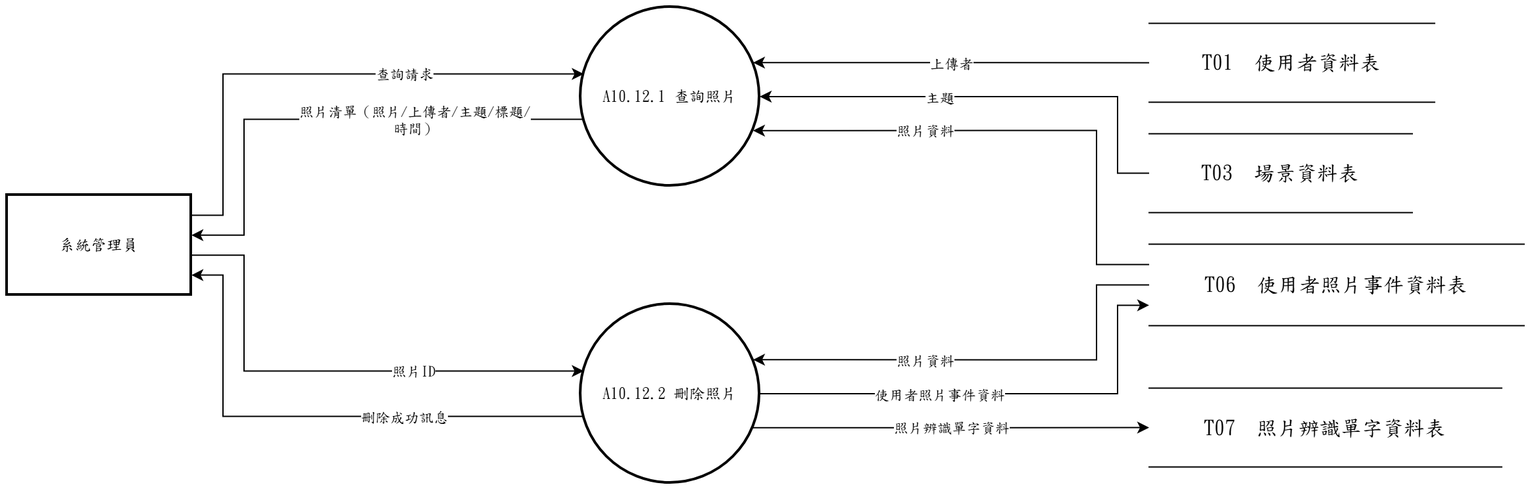
Earlier version of the draw.io export 系統文件/第6章/DFD圖/圖10/新/圖10.12.drawio.png (s22452007/115502). Source tidied: cells renumbered, new cells last; positions are measured from the earlier drawing's top-left corner, leaving out a move shared by most shapes.
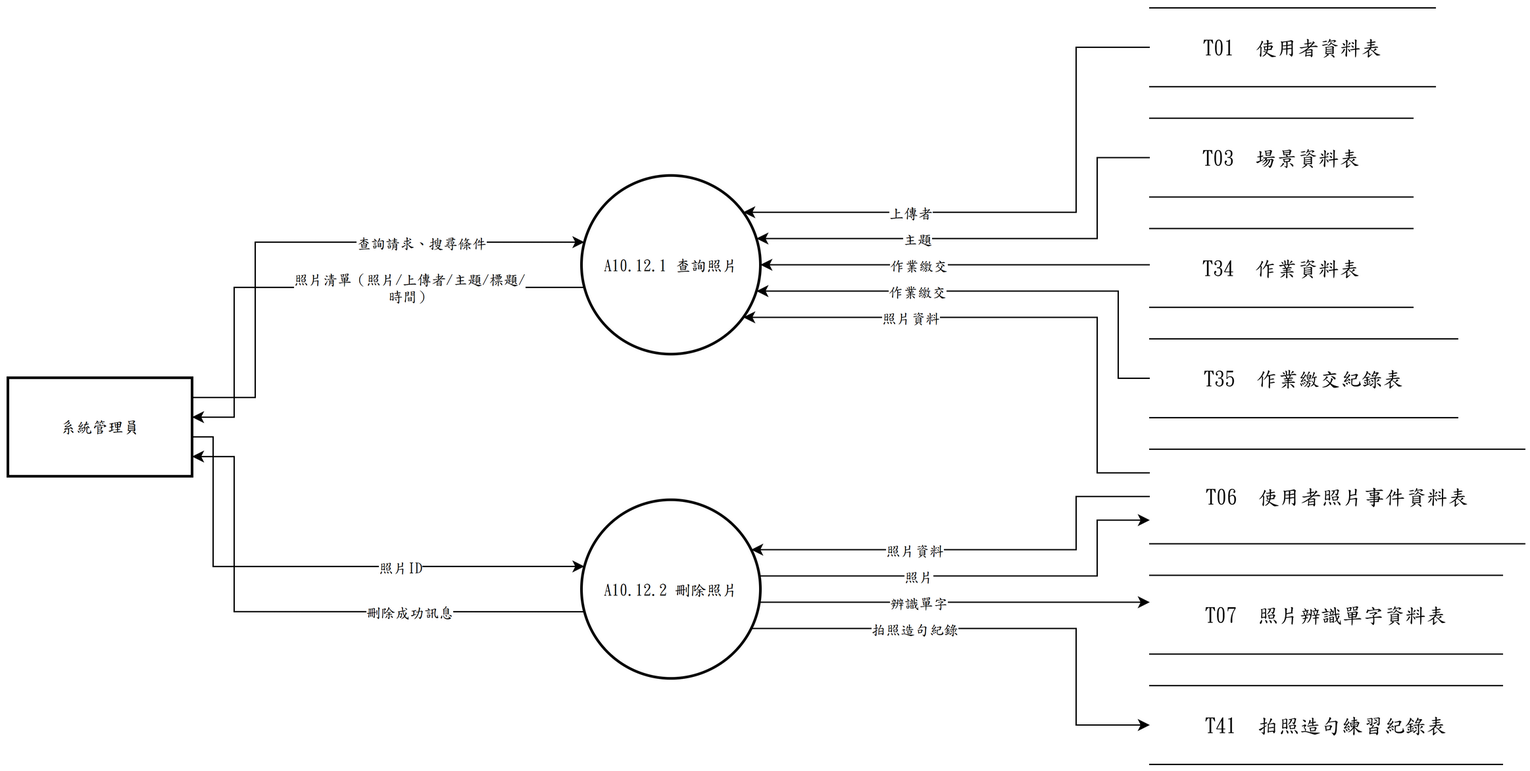
Later version of the same file.

Change to the diagram source:
```diff
@@ -3,125 +3,167 @@
     <mxCell id="0" />
     <mxCell id="1" parent="0" />
     <mxCell id="2" value="A10.12.1 查詢照片" style="ellipse;strokeWidth=2;whiteSpace=wrap;html=1;fontFamily=標楷體;" parent="1" vertex="1">
-      <mxGeometry x="436" width="136" height="136" as="geometry" />
+      <mxGeometry x="436" y="111.6" width="136" height="136" as="geometry" />
     </mxCell>
     <mxCell id="3" value="A10.12.2 刪除照片" style="ellipse;strokeWidth=2;whiteSpace=wrap;html=1;fontFamily=標楷體;" parent="1" vertex="1">
-      <mxGeometry x="436" y="226" width="136" height="136" as="geometry" />
+      <mxGeometry x="436" y="358.5" width="136" height="136" as="geometry" />
     </mxCell>
-    <mxCell id="4" value="系統管理員" style="whiteSpace=wrap;strokeWidth=2;html=1;fontFamily=標楷體;" parent="1" vertex="1">
-      <mxGeometry y="143" width="140" height="76" as="geometry" />
-    </mxCell>
     <mxCell id="5" value="T01  使用者資料表" style="shape=partialRectangle;whiteSpace=wrap;html=1;left=0;right=0;fontFamily=標楷體;fontSize=16;" parent="1" vertex="1">
-      <mxGeometry x="868" y="12.2" width="217" height="60" as="geometry" />
+      <mxGeometry x="868" y="-16" width="217" height="60" as="geometry" />
     </mxCell>
     <mxCell id="6" value="T03  場景資料表" style="shape=partialRectangle;whiteSpace=wrap;html=1;left=0;right=0;fontFamily=標楷體;fontSize=16;" parent="1" vertex="1">
-      <mxGeometry x="868" y="96.2" width="200" height="60" as="geometry" />
+      <mxGeometry x="868" y="68" width="200" height="60" as="geometry" />
     </mxCell>
+    <mxCell id="29" value="T34  作業資料表" style="shape=partialRectangle;whiteSpace=wrap;html=1;left=0;right=0;fontFamily=標楷體;fontSize=16;" parent="1" vertex="1">
+      <mxGeometry x="868" y="152" width="200" height="60" as="geometry" />
+    </mxCell>
+    <mxCell id="30" value="T35  作業繳交紀錄表" style="shape=partialRectangle;whiteSpace=wrap;html=1;left=0;right=0;fontFamily=標楷體;fontSize=16;" parent="1" vertex="1">
+      <mxGeometry x="868" y="236" width="234" height="60" as="geometry" />
+    </mxCell>
     <mxCell id="7" value="T06  使用者照片事件資料表" style="shape=partialRectangle;whiteSpace=wrap;html=1;left=0;right=0;fontFamily=標楷體;fontSize=16;" parent="1" vertex="1">
-      <mxGeometry x="868" y="180.2" width="285" height="62" as="geometry" />
+      <mxGeometry x="868" y="320" width="285" height="72" as="geometry" />
     </mxCell>
     <mxCell id="8" value="T07  照片辨識單字資料表" style="shape=partialRectangle;whiteSpace=wrap;html=1;left=0;right=0;fontFamily=標楷體;fontSize=16;" parent="1" vertex="1">
-      <mxGeometry x="868" y="289.8" width="268" height="60" as="geometry" />
+      <mxGeometry x="868" y="416" width="268" height="60" as="geometry" />
     </mxCell>
+    <mxCell id="31" value="T41  拍照造句練習紀錄表" style="shape=partialRectangle;whiteSpace=wrap;html=1;left=0;right=0;fontFamily=標楷體;fontSize=16;" parent="1" vertex="1">
+      <mxGeometry x="868" y="500" width="268" height="60" as="geometry" />
+    </mxCell>
+    <mxCell id="4" value="系統管理員" style="whiteSpace=wrap;strokeWidth=2;html=1;fontFamily=標楷體;" parent="1" vertex="1">
+      <mxGeometry y="265.6" width="140" height="75" as="geometry" />
+    </mxCell>
     <mxCell id="9" style="edgeStyle=none;rounded=0;html=1;fontFamily=標楷體;endArrow=classic;exitX=1.0000;exitY=0.2000;exitDx=0;exitDy=0;exitPerimeter=0;entryX=0.0163;entryY=0.3733;entryDx=0;entryDy=0;entryPerimeter=0;" parent="1" edge="1" source="4" target="2">
       <mxGeometry relative="1" as="geometry">
         <Array as="points">
-          <mxPoint x="164" y="158.2" />
-          <mxPoint x="164" y="50.8" />
+          <mxPoint x="188" y="280.6" />
+          <mxPoint x="188" y="162.4" />
         </Array>
       </mxGeometry>
     </mxCell>
-    <mxCell id="10" value="查詢請求" style="edgeLabel;html=1;align=center;verticalAlign=middle;fontFamily=標楷體;" parent="9" vertex="1">
-      <mxGeometry x="0.32" relative="1" as="geometry" />
-    </mxCell>
+    <mxCell id="32" value="查詢請求、搜尋條件" style="edgeLabel;html=1;align=center;verticalAlign=middle;fontFamily=標楷體;" parent="9" vertex="1">
+      <mxGeometry x="0.4" relative="1" as="geometry" />
+    </mxCell>
+    <mxCell id="17" style="edgeStyle=none;rounded=0;html=1;fontFamily=標楷體;endArrow=classic;exitX=0.0163;exitY=0.6267;exitDx=0;exitDy=0;exitPerimeter=0;entryX=1.0000;entryY=0.4000;entryDx=0;entryDy=0;entryPerimeter=0;" parent="1" edge="1" source="2" target="4">
+      <mxGeometry relative="1" as="geometry">
+        <Array as="points">
+          <mxPoint x="172" y="196.8" />
+          <mxPoint x="172" y="295.6" />
+        </Array>
+      </mxGeometry>
+    </mxCell>
+    <mxCell id="18" value="照片清單（照片/上傳者/主題/標題/&lt;br&gt;時間）" style="edgeLabel;html=1;align=center;verticalAlign=middle;fontFamily=標楷體;" parent="17" vertex="1">
+      <mxGeometry x="-0.33" relative="1" as="geometry" />
+    </mxCell>
+    <mxCell id="19" style="edgeStyle=none;rounded=0;html=1;fontFamily=標楷體;endArrow=classic;exitX=1.0000;exitY=0.6000;exitDx=0;exitDy=0;exitPerimeter=0;entryX=0.0163;entryY=0.3733;entryDx=0;entryDy=0;entryPerimeter=0;" parent="1" edge="1" source="4" target="3">
+      <mxGeometry relative="1" as="geometry">
+        <Array as="points">
+          <mxPoint x="156" y="310.6" />
+          <mxPoint x="156" y="409.3" />
+        </Array>
+      </mxGeometry>
+    </mxCell>
+    <mxCell id="20" value="照片ID" style="edgeLabel;html=1;align=center;verticalAlign=middle;fontFamily=標楷體;" parent="19" vertex="1">
+      <mxGeometry x="0.29" relative="1" as="geometry" />
+    </mxCell>
+    <mxCell id="23" style="edgeStyle=none;rounded=0;html=1;fontFamily=標楷體;endArrow=classic;exitX=0.0163;exitY=0.6267;exitDx=0;exitDy=0;exitPerimeter=0;entryX=1.0000;entryY=0.8000;entryDx=0;entryDy=0;entryPerimeter=0;" parent="1" edge="1" source="3" target="4">
+      <mxGeometry relative="1" as="geometry">
+        <Array as="points">
+          <mxPoint x="172" y="443.7" />
+          <mxPoint x="172" y="325.6" />
+        </Array>
+      </mxGeometry>
+    </mxCell>
+    <mxCell id="24" value="刪除成功訊息" style="edgeLabel;html=1;align=center;verticalAlign=middle;fontFamily=標楷體;" parent="23" vertex="1">
+      <mxGeometry x="-0.36" relative="1" as="geometry" />
+    </mxCell>
-    <mxCell id="11" style="edgeStyle=none;rounded=0;html=1;fontFamily=標楷體;endArrow=classic;exitX=0.0000;exitY=0.5000;exitDx=0;exitDy=0;exitPerimeter=0;entryX=0.9625;entryY=0.3100;entryDx=0;entryDy=0;entryPerimeter=0;" parent="1" edge="1" source="5" target="2">
-      <mxGeometry relative="1" as="geometry" />
+    <mxCell id="11" style="edgeStyle=none;rounded=0;html=1;fontFamily=標楷體;endArrow=classic;exitX=0.0000;exitY=0.5000;exitDx=0;exitDy=0;exitPerimeter=0;entryX=0.9043;entryY=0.2059;entryDx=0;entryDy=0;entryPerimeter=0;" parent="1" edge="1" source="5" target="2">
+      <mxGeometry relative="1" as="geometry">
+        <Array as="points">
+          <mxPoint x="812" y="14" />
+          <mxPoint x="812" y="139.6" />
+        </Array>
+      </mxGeometry>
     </mxCell>
     <mxCell id="12" value="上傳者" style="edgeLabel;html=1;align=center;verticalAlign=middle;fontFamily=標楷體;" parent="11" vertex="1">
-      <mxGeometry relative="1" as="geometry" />
+      <mxGeometry x="0.42" relative="1" as="geometry" />
     </mxCell>
-    <mxCell id="13" style="edgeStyle=none;rounded=0;html=1;fontFamily=標楷體;endArrow=classic;exitX=0.0000;exitY=0.5000;exitDx=0;exitDy=0;exitPerimeter=0;entryX=1.0000;entryY=0.5000;entryDx=0;entryDy=0;entryPerimeter=0;" parent="1" edge="1" source="6" target="2">
+    <mxCell id="13" style="edgeStyle=none;rounded=0;html=1;fontFamily=標楷體;endArrow=classic;exitX=0.0000;exitY=0.5000;exitDx=0;exitDy=0;exitPerimeter=0;entryX=0.9779;entryY=0.3529;entryDx=0;entryDy=0;entryPerimeter=0;" parent="1" edge="1" source="6" target="2">
       <mxGeometry relative="1" as="geometry">
         <Array as="points">
-          <mxPoint x="844" y="126.2" />
-          <mxPoint x="844" y="68" />
+          <mxPoint x="828" y="98" />
+          <mxPoint x="828" y="159.6" />
         </Array>
       </mxGeometry>
     </mxCell>
     <mxCell id="14" value="主題" style="edgeLabel;html=1;align=center;verticalAlign=middle;fontFamily=標楷體;" parent="13" vertex="1">
-      <mxGeometry x="0.23" relative="1" as="geometry" />
+      <mxGeometry x="0.33" relative="1" as="geometry" />
     </mxCell>
+    <mxCell id="33" style="edgeStyle=none;rounded=0;html=1;fontFamily=標楷體;endArrow=classic;exitX=0.0000;exitY=0.4600;exitDx=0;exitDy=0;exitPerimeter=0;entryX=1.0000;entryY=0.5000;entryDx=0;entryDy=0;entryPerimeter=0;" parent="1" edge="1" source="29" target="2">
+      <mxGeometry relative="1" as="geometry" />
+    </mxCell>
+    <mxCell id="34" value="作業繳交" style="edgeLabel;html=1;align=center;verticalAlign=middle;fontFamily=標楷體;" parent="33" vertex="1">
+      <mxGeometry x="0.19" relative="1" as="geometry" />
+    </mxCell>
+    <mxCell id="35" style="edgeStyle=none;rounded=0;html=1;fontFamily=標楷體;endArrow=classic;exitX=0.0000;exitY=0.5000;exitDx=0;exitDy=0;exitPerimeter=0;entryX=0.9779;entryY=0.6471;entryDx=0;entryDy=0;entryPerimeter=0;" parent="1" edge="1" source="30" target="2">
+      <mxGeometry relative="1" as="geometry">
+        <Array as="points">
+          <mxPoint x="844" y="266" />
+          <mxPoint x="844" y="199.6" />
+        </Array>
+      </mxGeometry>
+    </mxCell>
+    <mxCell id="36" value="作業繳交" style="edgeLabel;html=1;align=center;verticalAlign=middle;fontFamily=標楷體;" parent="35" vertex="1">
+      <mxGeometry x="0.34" relative="1" as="geometry" />
+    </mxCell>
-    <mxCell id="15" style="edgeStyle=none;rounded=0;html=1;fontFamily=標楷體;endArrow=classic;exitX=0.0000;exitY=0.2500;exitDx=0;exitDy=0;exitPerimeter=0;entryX=0.9625;entryY=0.6900;entryDx=0;entryDy=0;entryPerimeter=0;" parent="1" edge="1" source="7" target="2">
+    <mxCell id="15" style="edgeStyle=none;rounded=0;html=1;fontFamily=標楷體;endArrow=classic;exitX=0.0000;exitY=0.2500;exitDx=0;exitDy=0;exitPerimeter=0;entryX=0.9043;entryY=0.7941;entryDx=0;entryDy=0;entryPerimeter=0;" parent="1" edge="1" source="7" target="2">
       <mxGeometry relative="1" as="geometry">
         <Array as="points">
-          <mxPoint x="828" y="195.7" />
-          <mxPoint x="828" y="93.8" />
+          <mxPoint x="828" y="338" />
+          <mxPoint x="828" y="219.6" />
         </Array>
       </mxGeometry>
     </mxCell>
-    <mxCell id="16" value="照片資料" style="edgeLabel;html=1;align=center;verticalAlign=middle;fontFamily=標楷體;" parent="15" vertex="1">
-      <mxGeometry x="0.35" relative="1" as="geometry" />
-    </mxCell>
-    <mxCell id="17" style="edgeStyle=none;rounded=0;html=1;fontFamily=標楷體;endArrow=classic;exitX=0.0163;exitY=0.6267;exitDx=0;exitDy=0;exitPerimeter=0;entryX=1.0000;entryY=0.4000;entryDx=0;entryDy=0;entryPerimeter=0;" parent="1" edge="1" source="2" target="4">
-      <mxGeometry relative="1" as="geometry">
-        <Array as="points">
-          <mxPoint x="180" y="85.2" />
-          <mxPoint x="180" y="173.4" />
-        </Array>
-      </mxGeometry>
-    </mxCell>
-    <mxCell id="18" value="照片清單（照片/上傳者/主題/標題/&lt;br&gt;時間）" style="edgeLabel;html=1;align=center;verticalAlign=middle;fontFamily=標楷體;" parent="17" vertex="1">
-      <mxGeometry x="-0.33" relative="1" as="geometry" />
-    </mxCell>
-    <mxCell id="19" style="edgeStyle=none;rounded=0;html=1;fontFamily=標楷體;endArrow=classic;exitX=1.0000;exitY=0.6000;exitDx=0;exitDy=0;exitPerimeter=0;entryX=0.0163;entryY=0.3733;entryDx=0;entryDy=0;entryPerimeter=0;" parent="1" edge="1" source="4" target="3">
-      <mxGeometry relative="1" as="geometry">
-        <Array as="points">
-          <mxPoint x="180" y="188.6" />
-          <mxPoint x="180" y="276.8" />
-        </Array>
-      </mxGeometry>
-    </mxCell>
-    <mxCell id="20" value="照片ID" style="edgeLabel;html=1;align=center;verticalAlign=middle;fontFamily=標楷體;" parent="19" vertex="1">
-      <mxGeometry x="0.33" relative="1" as="geometry" />
-    </mxCell>
+    <mxCell id="37" value="照片資料" style="edgeLabel;html=1;align=center;verticalAlign=middle;fontFamily=標楷體;" parent="15" vertex="1">
+      <mxGeometry x="0.41" relative="1" as="geometry" />
+    </mxCell>
-    <mxCell id="21" style="edgeStyle=none;rounded=0;html=1;fontFamily=標楷體;endArrow=classic;exitX=0.0000;exitY=0.5000;exitDx=0;exitDy=0;exitPerimeter=0;entryX=0.9625;entryY=0.3100;entryDx=0;entryDy=0;entryPerimeter=0;" parent="1" edge="1" source="7" target="3">
+    <mxCell id="21" style="edgeStyle=none;rounded=0;html=1;fontFamily=標楷體;endArrow=classic;exitX=0.0000;exitY=0.5000;exitDx=0;exitDy=0;exitPerimeter=0;entryX=0.9487;entryY=0.2794;entryDx=0;entryDy=0;entryPerimeter=0;" parent="1" edge="1" source="7" target="3">
       <mxGeometry relative="1" as="geometry">
         <Array as="points">
-          <mxPoint x="828" y="211.2" />
-          <mxPoint x="828" y="268.2" />
+          <mxPoint x="812" y="356" />
+          <mxPoint x="812" y="396.5" />
         </Array>
       </mxGeometry>
     </mxCell>
-    <mxCell id="22" value="照片資料" style="edgeLabel;html=1;align=center;verticalAlign=middle;fontFamily=標楷體;" parent="21" vertex="1">
-      <mxGeometry x="0.27" relative="1" as="geometry" />
-    </mxCell>
-    <mxCell id="23" style="edgeStyle=none;rounded=0;html=1;fontFamily=標楷體;endArrow=classic;exitX=0.0163;exitY=0.6267;exitDx=0;exitDy=0;exitPerimeter=0;entryX=1.0000;entryY=0.8000;entryDx=0;entryDy=0;entryPerimeter=0;" parent="1" edge="1" source="3" target="4">
-      <mxGeometry relative="1" as="geometry">
-        <Array as="points">
-          <mxPoint x="164" y="311.2" />
-          <mxPoint x="164" y="203.8" />
-        </Array>
-      </mxGeometry>
-    </mxCell>
-    <mxCell id="24" value="刪除成功訊息" style="edgeLabel;html=1;align=center;verticalAlign=middle;fontFamily=標楷體;" parent="23" vertex="1">
-      <mxGeometry x="-0.32" relative="1" as="geometry" />
-    </mxCell>
+    <mxCell id="38" value="照片資料" style="edgeLabel;html=1;align=center;verticalAlign=middle;fontFamily=標楷體;" parent="21" vertex="1">
+      <mxGeometry x="0.28" relative="1" as="geometry" />
+    </mxCell>
-    <mxCell id="25" style="edgeStyle=none;rounded=0;html=1;fontFamily=標楷體;endArrow=classic;exitX=1.0000;exitY=0.5000;exitDx=0;exitDy=0;exitPerimeter=0;entryX=0.0000;entryY=0.7500;entryDx=0;entryDy=0;entryPerimeter=0;" parent="1" edge="1" source="3" target="7">
+    <mxCell id="25" style="edgeStyle=none;rounded=0;html=1;fontFamily=標楷體;endArrow=classic;exitX=0.9946;exitY=0.4265;exitDx=0;exitDy=0;exitPerimeter=0;entryX=0.0000;entryY=0.7500;entryDx=0;entryDy=0;entryPerimeter=0;" parent="1" edge="1" source="3" target="7">
       <mxGeometry relative="1" as="geometry">
         <Array as="points">
-          <mxPoint x="844" y="294" />
-          <mxPoint x="844" y="226.7" />
+          <mxPoint x="828" y="416.5" />
+          <mxPoint x="828" y="374" />
         </Array>
       </mxGeometry>
     </mxCell>
-    <mxCell id="26" value="使用者照片事件資料" style="edgeLabel;html=1;align=center;verticalAlign=middle;fontFamily=標楷體;" parent="25" vertex="1">
-      <mxGeometry x="-0.25" relative="1" as="geometry" />
-    </mxCell>
+    <mxCell id="39" value="照片" style="edgeLabel;html=1;align=center;verticalAlign=middle;fontFamily=標楷體;" parent="25" vertex="1">
+      <mxGeometry x="-0.29" relative="1" as="geometry" />
+    </mxCell>
-    <mxCell id="27" style="edgeStyle=none;rounded=0;html=1;fontFamily=標楷體;endArrow=classic;exitX=0.9625;exitY=0.6900;exitDx=0;exitDy=0;exitPerimeter=0;entryX=0.0000;entryY=0.5000;entryDx=0;entryDy=0;entryPerimeter=0;" parent="1" edge="1" source="3" target="8">
+    <mxCell id="27" style="edgeStyle=none;rounded=0;html=1;fontFamily=標楷體;endArrow=classic;exitX=0.9946;exitY=0.5735;exitDx=0;exitDy=0;exitPerimeter=0;entryX=0.0000;entryY=0.3417;entryDx=0;entryDy=0;entryPerimeter=0;" parent="1" edge="1" source="3" target="8">
       <mxGeometry relative="1" as="geometry" />
     </mxCell>
-    <mxCell id="28" value="照片辨識單字資料" style="edgeLabel;html=1;align=center;verticalAlign=middle;fontFamily=標楷體;" parent="27" vertex="1">
-      <mxGeometry relative="1" as="geometry" />
-    </mxCell>
+    <mxCell id="40" value="辨識單字" style="edgeLabel;html=1;align=center;verticalAlign=middle;fontFamily=標楷體;" parent="27" vertex="1">
+      <mxGeometry x="-0.19" relative="1" as="geometry" />
+    </mxCell>
+    <mxCell id="41" style="edgeStyle=none;rounded=0;html=1;fontFamily=標楷體;endArrow=classic;exitX=0.9487;exitY=0.7206;exitDx=0;exitDy=0;exitPerimeter=0;entryX=0.0000;entryY=0.5000;entryDx=0;entryDy=0;entryPerimeter=0;" parent="1" edge="1" source="3" target="31">
+      <mxGeometry relative="1" as="geometry">
+        <Array as="points">
+          <mxPoint x="812" y="456.5" />
+          <mxPoint x="812" y="530" />
+        </Array>
+      </mxGeometry>
+    </mxCell>
+    <mxCell id="42" value="拍照造句紀錄" style="edgeLabel;html=1;align=center;verticalAlign=middle;fontFamily=標楷體;" parent="41" vertex="1">
+      <mxGeometry x="-0.34" relative="1" as="geometry" />
+    </mxCell>
   </root>
 </mxGraphModel>
```
